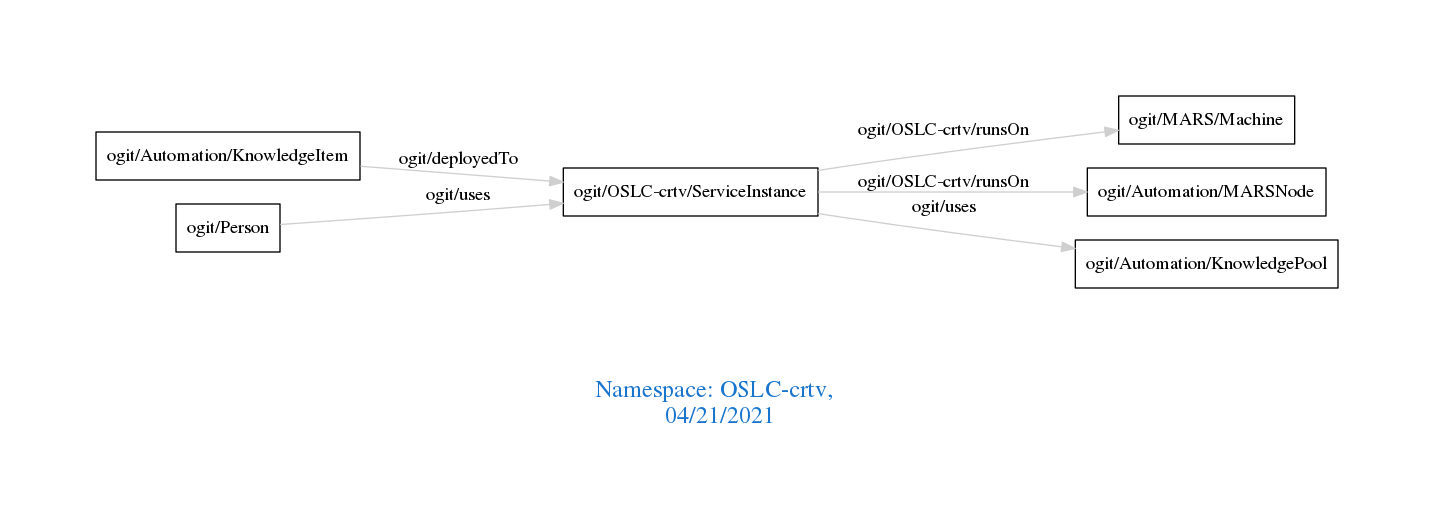
This is downloads/OSLC-crtv.png from arago/OGIT, a Graphviz export, as it was before one commit. Its source is kept beside it as downloads/OSLC-crtv.dot.
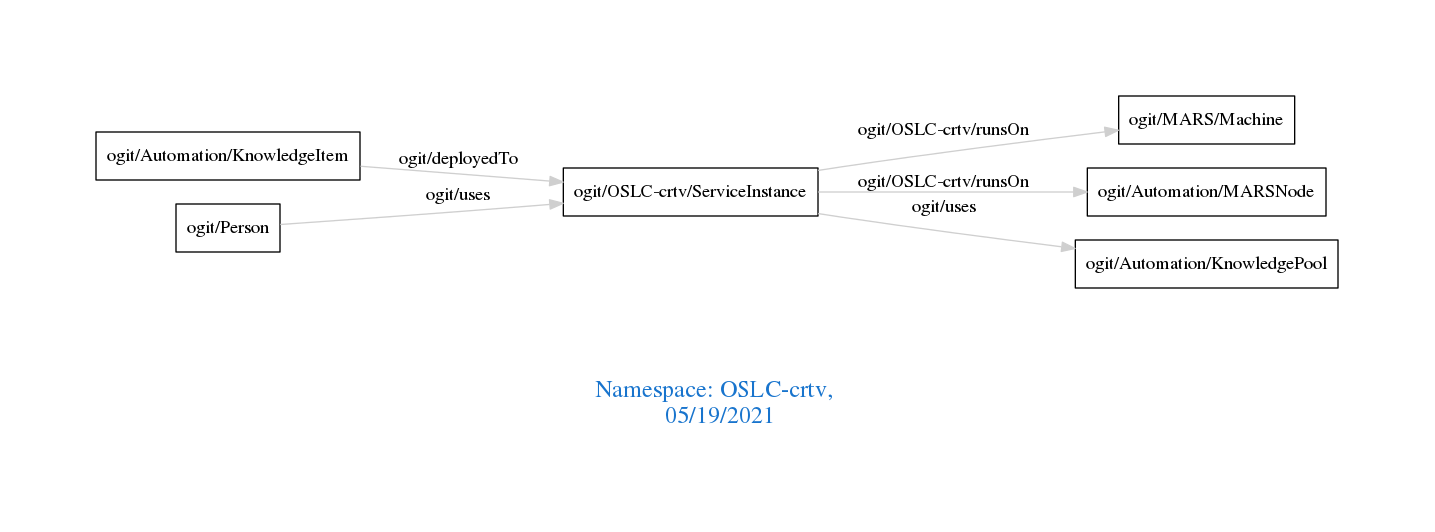
Above is the later version.

What changed in the source:
```diff
@@ -1,7 +1,7 @@
 digraph OGIT_ontology {
  graph [ rankdir= LR,pad=1
 fontsize = 18,
-fontcolor= dodgerblue3,label = "\n\n\nNamespace: OSLC-crtv, \n 04/21/2021"];
+fontcolor= dodgerblue3,label = "\n\n\nNamespace: OSLC-crtv, \n 05/19/2021"];
 node[shape=polygon];
 edge [  color="gray81"];
 
```
